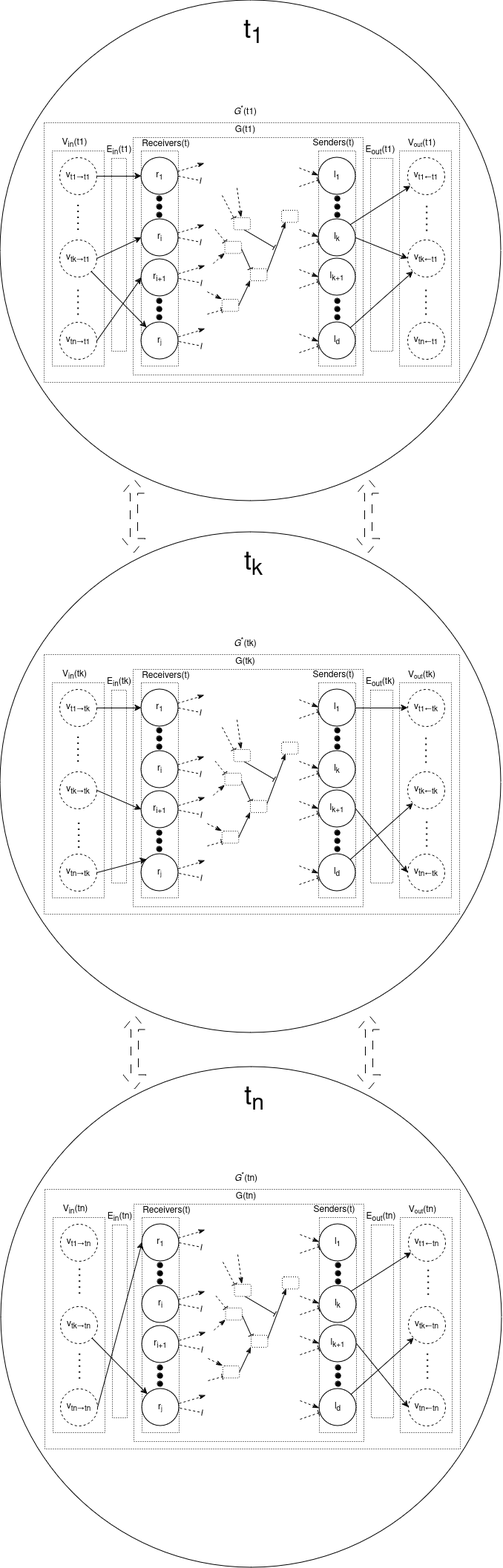
This is docs/images/MASFENON-visualModel.drawio.png from josura/c2c-sepia, a draw.io export, as it was before one commit. Source tidied: cells renumbered, new cells last; positions are measured from the earlier drawing's top-left corner, leaving out a move shared by most shapes.
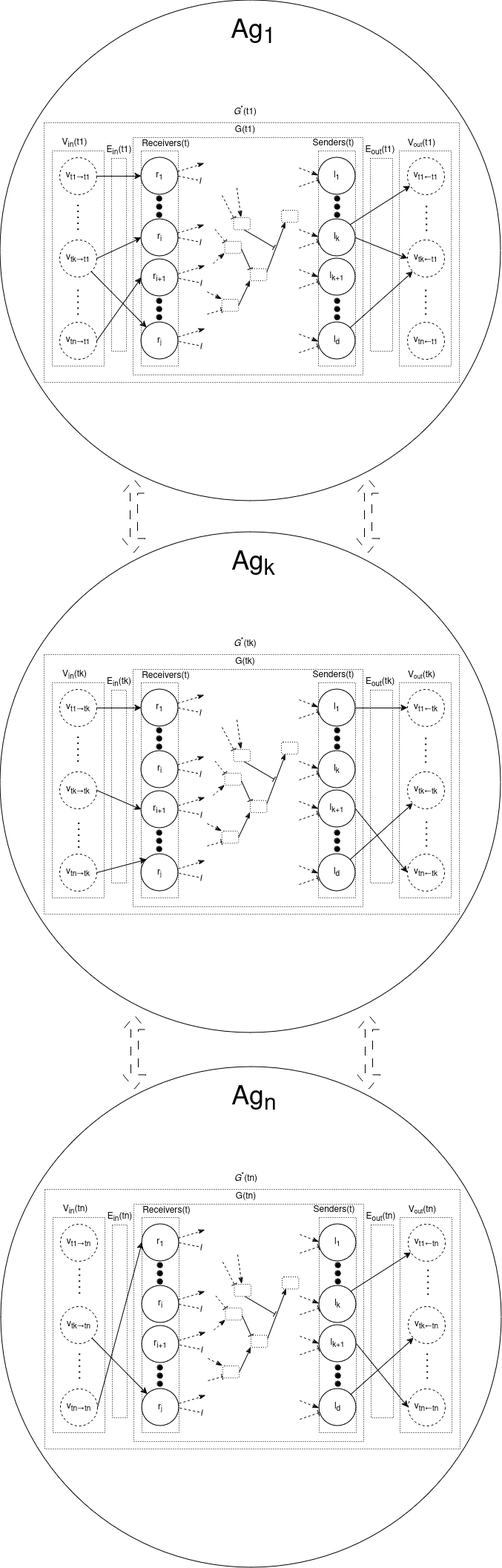
Later version of the same file.

The edit, as a diff of the source:
```diff
@@ -307,8 +307,8 @@
     <mxCell id="83" style="edgeStyle=none;rounded=0;jettySize=auto;html=1;exitX=1;exitY=0.5;exitDx=0;exitDy=0;entryX=0;entryY=1;entryDx=0;entryDy=0;endArrow=classicThin;endFill=1;" parent="1" edge="1" source="82" target="55">
       <mxGeometry relative="1" as="geometry" />
     </mxCell>
-    <mxCell id="84" value="&lt;font style=&quot;font-size: 36px;&quot;&gt;t&lt;sub&gt;1&lt;/sub&gt;&lt;/font&gt;" style="text;html=1;align=center;verticalAlign=middle;strokeColor=none;fillColor=none;" parent="1" vertex="1">
-      <mxGeometry x="316" y="15" width="50" height="60" as="geometry" />
+    <mxCell id="84" value="&lt;font style=&quot;font-size: 36px;&quot;&gt;Ag&lt;sub&gt;1&lt;/sub&gt;&lt;/font&gt;" style="text;html=1;align=center;verticalAlign=middle;strokeColor=none;fillColor=none;" parent="1" vertex="1">
+      <mxGeometry x="301" y="15" width="80" height="60" as="geometry" />
     </mxCell>
     <mxCell id="85" style="rounded=0;whiteSpace=wrap;html=1;fillColor=none;dashed=1;dashPattern=1 2;" parent="1" vertex="1">
       <mxGeometry x="499" y="930" width="30" height="260" as="geometry" />
@@ -612,8 +612,8 @@
     <mxCell id="165" style="edgeStyle=none;rounded=0;jettySize=auto;html=1;exitX=1;exitY=0.5;exitDx=0;exitDy=0;entryX=0;entryY=1;entryDx=0;entryDy=0;endArrow=classicThin;endFill=1;" parent="1" edge="1" source="164" target="137">
       <mxGeometry relative="1" as="geometry" />
     </mxCell>
-    <mxCell id="166" value="&lt;font style=&quot;font-size: 36px;&quot;&gt;t&lt;sub&gt;k&lt;/sub&gt;&lt;/font&gt;" style="text;html=1;align=center;verticalAlign=middle;strokeColor=none;fillColor=none;" parent="1" vertex="1">
-      <mxGeometry x="316" y="732" width="50" height="60" as="geometry" />
+    <mxCell id="166" value="&lt;font style=&quot;font-size: 36px;&quot;&gt;Ag&lt;sub&gt;k&lt;/sub&gt;&lt;/font&gt;" style="text;html=1;align=center;verticalAlign=middle;strokeColor=none;fillColor=none;" parent="1" vertex="1">
+      <mxGeometry x="301" y="732" width="80" height="60" as="geometry" />
     </mxCell>
     <mxCell id="167" style="rounded=0;whiteSpace=wrap;html=1;fillColor=none;dashed=1;dashPattern=1 2;" parent="1" vertex="1">
       <mxGeometry x="500" y="1651" width="30" height="260" as="geometry" />
@@ -914,8 +914,8 @@
     <mxCell id="246" style="edgeStyle=none;rounded=0;jettySize=auto;html=1;exitX=1;exitY=0.5;exitDx=0;exitDy=0;entryX=0;entryY=1;entryDx=0;entryDy=0;endArrow=classicThin;endFill=1;" parent="1" edge="1" source="245" target="218">
       <mxGeometry relative="1" as="geometry" />
     </mxCell>
-    <mxCell id="247" value="&lt;font style=&quot;font-size: 36px;&quot;&gt;t&lt;sub&gt;n&lt;br&gt;&lt;/sub&gt;&lt;/font&gt;" style="text;html=1;align=center;verticalAlign=middle;strokeColor=none;fillColor=none;" parent="1" vertex="1">
-      <mxGeometry x="317" y="1453" width="50" height="60" as="geometry" />
+    <mxCell id="247" value="&lt;font style=&quot;font-size: 36px;&quot;&gt;Ag&lt;sub&gt;n&lt;br&gt;&lt;/sub&gt;&lt;/font&gt;" style="text;html=1;align=center;verticalAlign=middle;strokeColor=none;fillColor=none;" parent="1" vertex="1">
+      <mxGeometry x="302" y="1453" width="80" height="60" as="geometry" />
     </mxCell>
     <mxCell id="248" style="endArrow=none;dashed=1;html=1;dashPattern=1 3;strokeWidth=2;rounded=0;" parent="1" edge="1">
       <mxGeometry relative="1" as="geometry">
```
